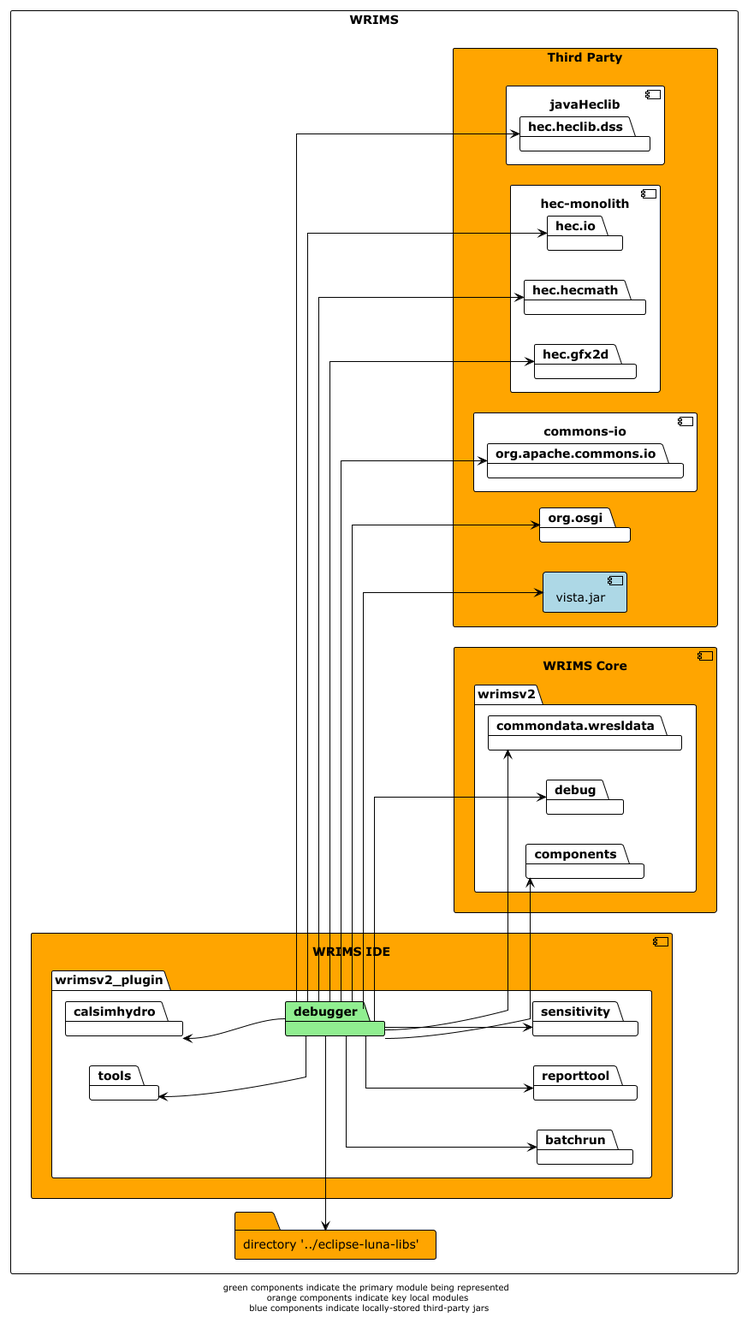
Above: docs/diagrams/wrims-ide/wrims-ide_debugger.png in CentralValleyModeling/wrims (PlantUML), before the change.
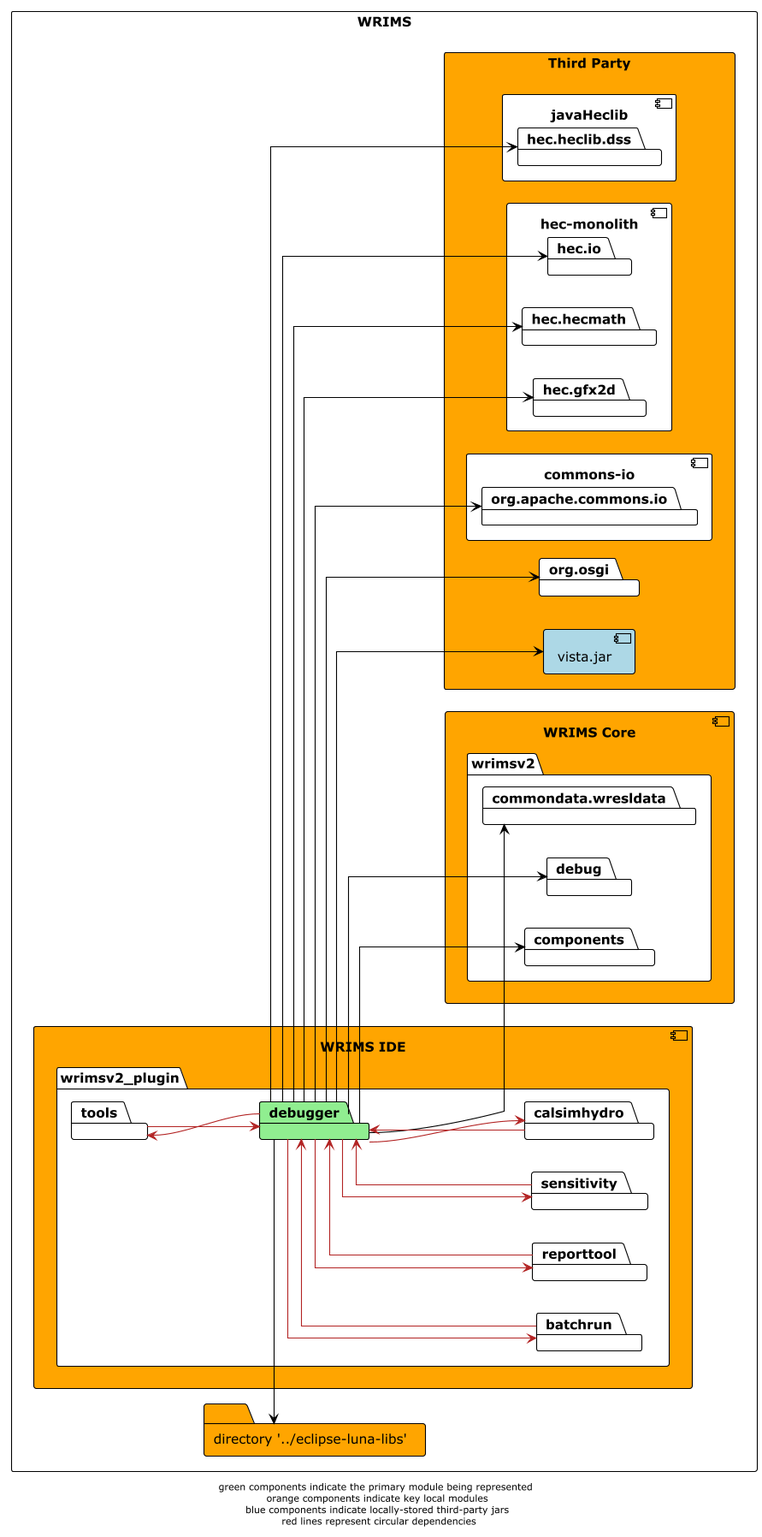
After the commit.

Change to the diagram source:
```diff
@@ -43,21 +43,27 @@
     folder luna_libs as "directory '../eclipse-luna-libs'" #orange
 }
 debugger -> luna_libs
-debugger -up-> tools
-debugger --> batchrun
+debugger -up-> tools #firebrick
+debugger --> batchrun #firebrick
 debugger -> commondata.wresldata
 debugger -> debug
 debugger -right-> org.osgi
 debugger -down-> hec.heclib.dss
-debugger -up-> calsimhydro
+debugger -up-> calsimhydro #firebrick
 debugger -down-> hec.io
 debugger -down-> vista.jar
 debugger -down-> org.apache.commons.io
 debugger -down-> components
 debugger -down-> hec.hecmath
-debugger --> reporttool
-debugger -down-> sensitivity
+debugger --> reporttool #firebrick
+debugger -down-> sensitivity #firebrick
 debugger -down-> hec.gfx2d
 
-footer "green components indicate the primary module being represented \n orange components indicate key local modules \n blue components indicate locally-stored third-party jars"
+sensitivity -> debugger #firebrick
+batchrun -> debugger #firebrick
+calsimhydro -u-> debugger #firebrick
+tools -> debugger #firebrick
+reporttool -> debugger #firebrick
+
+footer "green components indicate the primary module being represented \n orange components indicate key local modules \n blue components indicate locally-stored third-party jars \n red lines represent circular dependencies"
 @enduml
```
